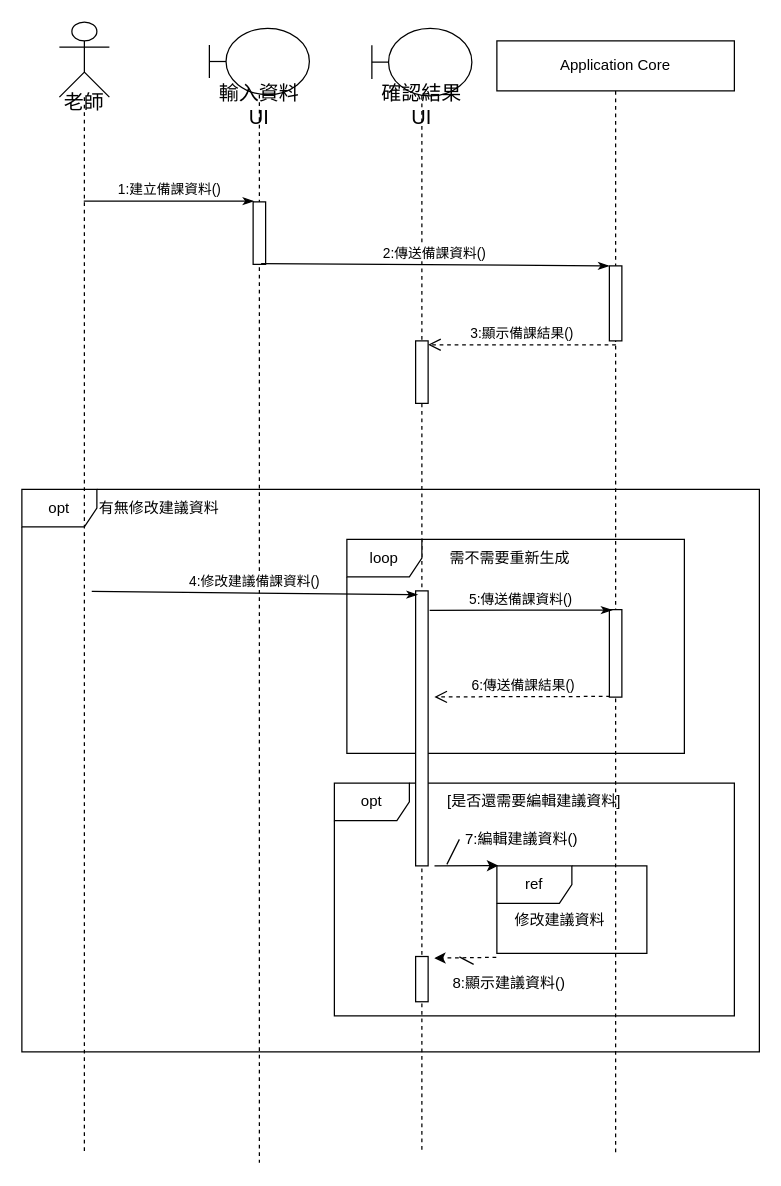
Kevincheng0804/System-analysis keeps this draw.io diagram as UI循序圖(建立備課資料並修改建議資料).drawio. Above is the earlier version. Source tidied: cells renumbered, new cells numbered last; positions are measured from the earlier drawing's top-left corner, leaving out a move shared by most shapes. Both pictures are drawn from the tidied source at 125%, with x=0, y=0 at pixel (21, 21).
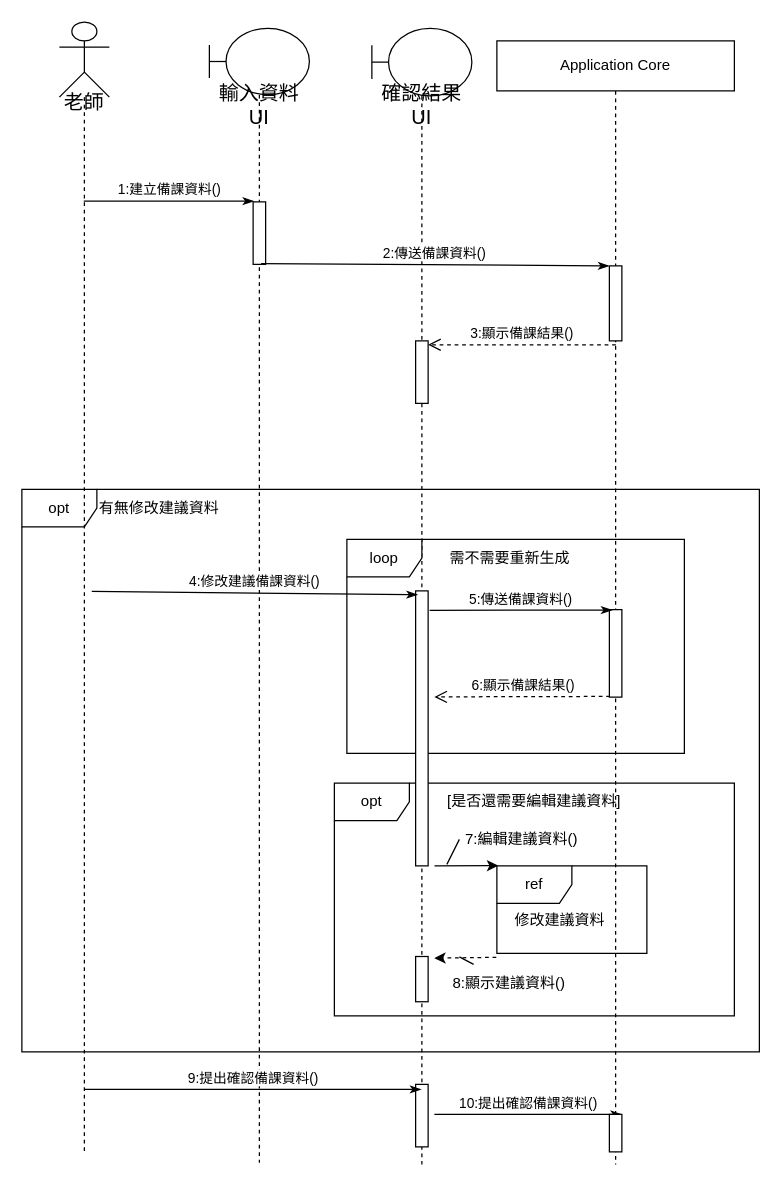
The same diagram, later.

Unchanged cells that the change refers to:
```xml
<mxCell id="13" style="html=1;points=[];perimeter=orthogonalPerimeter;" parent="9" vertex="1">
  <mxGeometry x="90" y="455" width="10" height="70" as="geometry" />
</mxCell>
```

Diff of the diagram source:
```diff
@@
     <mxCell id="6" value="確認結果UI" style="shape=umlLifeline;participant=umlBoundary;perimeter=lifelinePerimeter;whiteSpace=wrap;html=1;verticalAlign=top;spacingTop=36;outlineConnect=0;fontSize=16;size=54;" parent="1" vertex="1">
-      <mxGeometry x="280" y="5.2" width="80" height="900" as="geometry" />
+      <mxGeometry x="280" y="5.2" width="80" height="908.8" as="geometry" />
     </mxCell>
@@
+    <mxCell id="32" style="html=1;perimeter=orthogonalPerimeter;" parent="6" vertex="1">
+      <mxGeometry x="35" y="844.8" width="10" height="50" as="geometry" />
+    </mxCell>
     <mxCell id="9" value="Application Core" style="shape=umlLifeline;perimeter=lifelinePerimeter;whiteSpace=wrap;html=1;" parent="1" vertex="1">
-      <mxGeometry x="380" y="15.2" width="190" height="890" as="geometry" />
+      <mxGeometry x="380" y="15.2" width="190" height="898.8" as="geometry" />
     </mxCell>
@@
+    <mxCell id="33" value="10:提出確認備課資料()" style="html=1;verticalAlign=bottom;endArrow=classicThin;endFill=1;" parent="9" edge="1">
+      <mxGeometry relative="1" as="geometry">
+        <mxPoint x="-50" y="858.8" as="sourcePoint" />
+        <mxPoint x="100" y="858.8" as="targetPoint" />
+      </mxGeometry>
+    </mxCell>
@@
-    <mxCell id="26" value="6:傳送備課結果()" style="html=1;verticalAlign=bottom;endArrow=open;dashed=1;endSize=8;exitX=0.052;exitY=0.992;exitDx=0;exitDy=0;exitPerimeter=0;" parent="1" edge="1" source="13">
+    <mxCell id="26" value="6:顯示備課結果()" style="html=1;verticalAlign=bottom;endArrow=open;dashed=1;endSize=8;exitX=0.052;exitY=0.992;exitDx=0;exitDy=0;exitPerimeter=0;" parent="1" edge="1" source="13">
       <mxGeometry relative="1" as="geometry">
         <mxPoint x="330" y="540" as="targetPoint" />
       </mxGeometry>
     </mxCell>
@@
+    <mxCell id="34" value="9:提出確認備課資料()" style="html=1;verticalAlign=bottom;endArrow=classicThin;endFill=1;" parent="1" edge="1" target="6">
+      <mxGeometry relative="1" as="geometry">
+        <mxPoint x="50" y="854" as="sourcePoint" />
+      </mxGeometry>
+    </mxCell>
+    <mxCell id="35" style="html=1;perimeter=orthogonalPerimeter;" parent="1" vertex="1">
+      <mxGeometry x="470" y="874" width="10" height="30" as="geometry" />
+    </mxCell>
```
